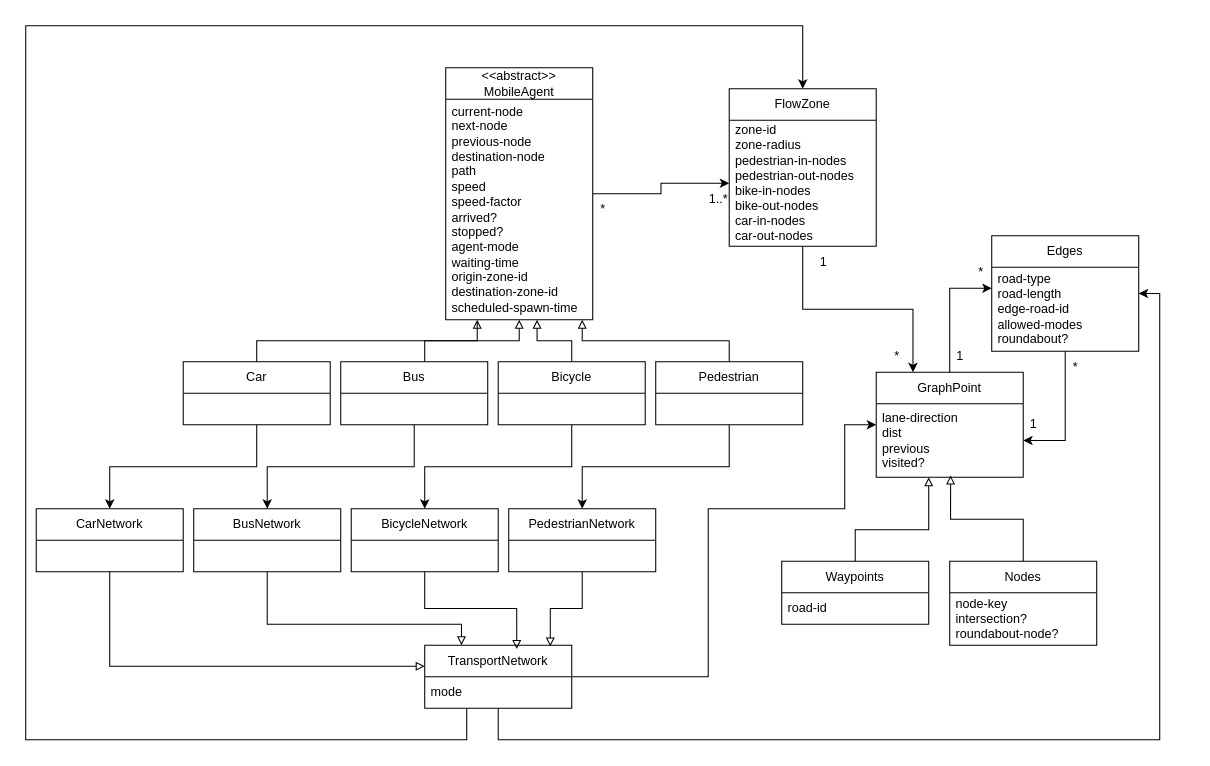
BVP2455/CampMob keeps this draw.io diagram as docs/Class Diagram CampMob.drawio. Above is the earlier version. Source tidied: cells renumbered, new cells numbered last; positions are measured from the earlier drawing's top-left corner, leaving out a move shared by most shapes. Both pictures are drawn from the tidied source at 105%, with x=0, y=0 at pixel (25, 25).
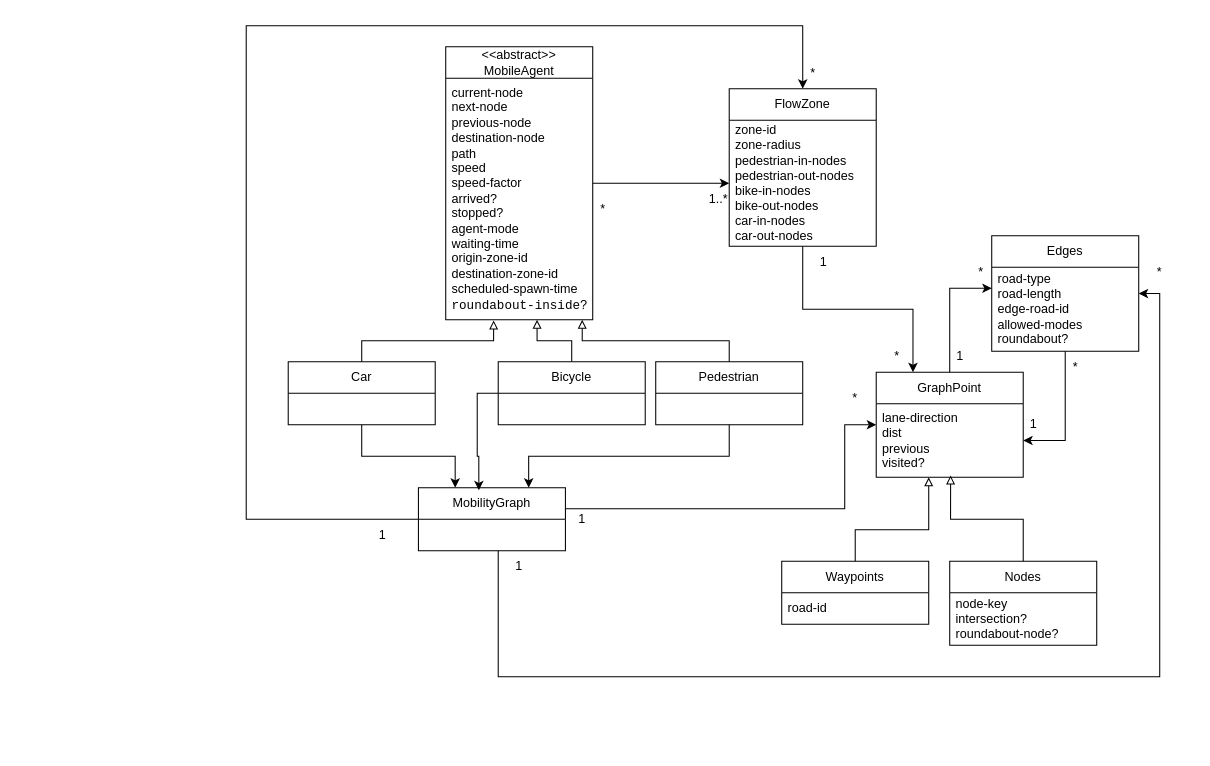
The same page after the edit.

The change refers to these unchanged cells:
```xml
<mxCell id="12" value="Bicycle" style="swimlane;fontStyle=0;horizontal=1;startSize=30;whiteSpace=wrap;html=1;" parent="1" vertex="1">
  <mxGeometry x="450" y="320" width="140" height="60" as="geometry" />
</mxCell>
<mxCell id="14" value="Pedestrian" style="swimlane;fontStyle=0;horizontal=1;startSize=30;whiteSpace=wrap;html=1;" parent="1" vertex="1">
  <mxGeometry x="600" y="320" width="140" height="60" as="geometry" />
</mxCell>
<mxCell id="25" value="GraphPoint" style="swimlane;fontStyle=0;horizontal=1;startSize=30;whiteSpace=wrap;html=1;" parent="1" vertex="1">
  <mxGeometry x="810" y="330" width="140" height="100" as="geometry" />
</mxCell>
<mxCell id="29" value="Edges" style="swimlane;fontStyle=0;horizontal=1;startSize=30;whiteSpace=wrap;html=1;" parent="1" vertex="1">
  <mxGeometry x="920" y="200" width="140" height="110" as="geometry" />
</mxCell>
```

The edit, as a diff of the source:
```diff
@@
     <mxCell id="3" value="&amp;lt;&amp;lt;abstract&amp;gt;&amp;gt; MobileAgent" style="swimlane;fontStyle=0;horizontal=1;startSize=30;whiteSpace=wrap;html=1;" parent="1" vertex="1">
-      <mxGeometry x="400" y="40" width="140" height="240" as="geometry" />
+      <mxGeometry x="400" y="20" width="140" height="260" as="geometry" />
     </mxCell>
-    <mxCell id="4" value="current-node&lt;div&gt;next-node&lt;/div&gt;&lt;div&gt;previous-node&lt;/div&gt;&lt;div&gt;destination-node&lt;/div&gt;&lt;div&gt;path&lt;/div&gt;&lt;div&gt;speed&lt;/div&gt;&lt;div&gt;speed-factor&lt;/div&gt;&lt;div&gt;arrived?&lt;/div&gt;&lt;div&gt;stopped?&lt;/div&gt;&lt;div&gt;agent-mode&lt;/div&gt;&lt;div&gt;waiting-time&lt;/div&gt;&lt;div&gt;origin-zone-id&lt;/div&gt;&lt;div&gt;destination-zone-id&lt;/div&gt;&lt;div&gt;scheduled-spawn-time&lt;/div&gt;" style="text;strokeColor=none;fillColor=none;align=left;verticalAlign=middle;spacingLeft=4;spacingRight=4;overflow=hidden;points=[[0,0.5],[1,0.5]];portConstraint=eastwest;whiteSpace=wrap;html=1;" parent="3" vertex="1">
-      <mxGeometry y="30" width="140" height="210" as="geometry" />
+    <mxCell id="4" value="current-node&lt;div&gt;next-node&lt;/div&gt;&lt;div&gt;previous-node&lt;/div&gt;&lt;div&gt;destination-node&lt;/div&gt;&lt;div&gt;path&lt;/div&gt;&lt;div&gt;speed&lt;/div&gt;&lt;div&gt;speed-factor&lt;/div&gt;&lt;div&gt;arrived?&lt;/div&gt;&lt;div&gt;stopped?&lt;/div&gt;&lt;div&gt;agent-mode&lt;/div&gt;&lt;div&gt;waiting-time&lt;/div&gt;&lt;div&gt;origin-zone-id&lt;/div&gt;&lt;div&gt;destination-zone-id&lt;/div&gt;&lt;div&gt;scheduled-spawn-time&lt;br&gt;&lt;code&gt;roundabout-inside?&lt;/code&gt;&lt;/div&gt;" style="text;strokeColor=none;fillColor=none;align=left;verticalAlign=middle;spacingLeft=4;spacingRight=4;overflow=hidden;points=[[0,0.5],[1,0.5]];portConstraint=eastwest;whiteSpace=wrap;html=1;" parent="3" vertex="1">
+      <mxGeometry y="30" width="140" height="230" as="geometry" />
     </mxCell>
-    <mxCell id="5" style="edgeStyle=orthogonalEdgeStyle;rounded=0;jettySize=auto;html=1;entryX=0.5;entryY=0;entryDx=0;entryDy=0;" parent="1" edge="1" source="6" target="46">
-      <mxGeometry relative="1" as="geometry" />
-    </mxCell>
+    <mxCell id="53" style="edgeStyle=orthogonalEdgeStyle;rounded=0;jettySize=auto;html=1;exitX=0.5;exitY=1;exitDx=0;exitDy=0;entryX=0.25;entryY=0;entryDx=0;entryDy=0;" parent="1" edge="1" source="6" target="43">
+      <mxGeometry relative="1" as="geometry" />
+    </mxCell>
     <mxCell id="6" value="Car" style="swimlane;fontStyle=0;horizontal=1;startSize=30;whiteSpace=wrap;html=1;" parent="1" vertex="1">
-      <mxGeometry x="150" y="320" width="140" height="60" as="geometry" />
+      <mxGeometry x="250" y="320" width="140" height="60" as="geometry" />
     </mxCell>
-    <mxCell id="7" style="edgeStyle=orthogonalEdgeStyle;rounded=0;jettySize=auto;html=1;entryX=0.5;entryY=1;entryDx=0;entryDy=0;entryPerimeter=0;endArrow=block;endFill=0;" parent="1" edge="1" source="9" target="4">
-      <mxGeometry relative="1" as="geometry">
-        <Array as="points">
-          <mxPoint x="380" y="300" />
-          <mxPoint x="470" y="300" />
-        </Array>
-      </mxGeometry>
-    </mxCell>
-    <mxCell id="8" style="edgeStyle=orthogonalEdgeStyle;rounded=0;jettySize=auto;html=1;entryX=0.5;entryY=0;entryDx=0;entryDy=0;" parent="1" edge="1" source="9" target="48">
-      <mxGeometry relative="1" as="geometry" />
-    </mxCell>
-    <mxCell id="9" value="Bus" style="swimlane;fontStyle=0;horizontal=1;startSize=30;whiteSpace=wrap;html=1;" parent="1" vertex="1">
-      <mxGeometry x="300" y="320" width="140" height="60" as="geometry" />
-    </mxCell>
@@
-    <mxCell id="11" style="edgeStyle=orthogonalEdgeStyle;rounded=0;jettySize=auto;html=1;entryX=0.5;entryY=0;entryDx=0;entryDy=0;" parent="1" edge="1" source="12" target="49">
-      <mxGeometry relative="1" as="geometry" />
-    </mxCell>
@@
-    <mxCell id="13" style="edgeStyle=orthogonalEdgeStyle;rounded=0;jettySize=auto;html=1;entryX=0.5;entryY=0;entryDx=0;entryDy=0;" parent="1" edge="1" source="14" target="50">
-      <mxGeometry relative="1" as="geometry" />
-    </mxCell>
+    <mxCell id="54" style="edgeStyle=orthogonalEdgeStyle;rounded=0;jettySize=auto;html=1;exitX=0.5;exitY=1;exitDx=0;exitDy=0;entryX=0.75;entryY=0;entryDx=0;entryDy=0;" parent="1" edge="1" source="14" target="43">
+      <mxGeometry relative="1" as="geometry" />
+    </mxCell>
@@
-    <mxCell id="15" style="edgeStyle=orthogonalEdgeStyle;rounded=0;jettySize=auto;html=1;endArrow=block;endFill=0;" parent="1" edge="1" source="6">
-      <mxGeometry relative="1" as="geometry">
-        <mxPoint x="430" y="280" as="targetPoint" />
-        <Array as="points">
-          <mxPoint x="220" y="300" />
-          <mxPoint x="430" y="300" />
-          <mxPoint x="430" y="282" />
-        </Array>
-      </mxGeometry>
-    </mxCell>
@@
     <mxCell id="40" style="edgeStyle=orthogonalEdgeStyle;rounded=0;jettySize=auto;html=1;" parent="1" edge="1" source="43" target="29">
       <mxGeometry relative="1" as="geometry">
         <Array as="points">
-          <mxPoint x="450" y="680" />
-          <mxPoint x="1080" y="680" />
-          <mxPoint x="1080" y="255" />
+          <mxPoint x="450" y="620" />
+          <mxPoint x="1080" y="620" />
+          <mxPoint x="1080" y="255.1" />
         </Array>
       </mxGeometry>
     </mxCell>
     <mxCell id="41" style="edgeStyle=orthogonalEdgeStyle;rounded=0;jettySize=auto;html=1;" parent="1" edge="1" source="43" target="25">
       <mxGeometry relative="1" as="geometry">
         <Array as="points">
-          <mxPoint x="650" y="620" />
-          <mxPoint x="650" y="460" />
           <mxPoint x="780" y="460" />
           <mxPoint x="780" y="380" />
         </Array>
       </mxGeometry>
     </mxCell>
     <mxCell id="42" style="edgeStyle=orthogonalEdgeStyle;rounded=0;jettySize=auto;html=1;" parent="1" edge="1" source="43">
       <mxGeometry relative="1" as="geometry">
         <mxPoint x="740" y="60" as="targetPoint" />
         <Array as="points">
-          <mxPoint x="420" y="680" />
-          <mxPoint y="680" />
-          <mxPoint />
+          <mxPoint x="210" y="470" />
+          <mxPoint x="210" />
           <mxPoint x="740" />
         </Array>
       </mxGeometry>
     </mxCell>
-    <mxCell id="43" value="TransportNetwork" style="swimlane;fontStyle=0;horizontal=1;startSize=30;whiteSpace=wrap;html=1;" parent="1" vertex="1">
-      <mxGeometry x="380" y="590" width="140" height="60" as="geometry" />
+    <mxCell id="43" value="MobilityGraph" style="swimlane;fontStyle=0;horizontal=1;startSize=30;whiteSpace=wrap;html=1;" parent="1" vertex="1">
+      <mxGeometry x="374" y="440" width="140" height="60" as="geometry" />
     </mxCell>
-    <mxCell id="44" value="mode" style="text;strokeColor=none;fillColor=none;align=left;verticalAlign=middle;spacingLeft=4;spacingRight=4;overflow=hidden;whiteSpace=wrap;html=1;" parent="43" vertex="1">
-      <mxGeometry y="30" width="140" height="30" as="geometry" />
-    </mxCell>
-    <mxCell id="45" style="edgeStyle=orthogonalEdgeStyle;rounded=0;jettySize=auto;html=1;endArrow=block;endFill=0;" parent="1" edge="1" source="46">
-      <mxGeometry relative="1" as="geometry">
-        <mxPoint x="380" y="610" as="targetPoint" />
-        <Array as="points">
-          <mxPoint x="80" y="610" />
-          <mxPoint x="380" y="610" />
-        </Array>
-      </mxGeometry>
-    </mxCell>
-    <mxCell id="46" value="CarNetwork" style="swimlane;fontStyle=0;horizontal=1;startSize=30;whiteSpace=wrap;html=1;" parent="1" vertex="1">
-      <mxGeometry x="10" y="460" width="140" height="60" as="geometry" />
-    </mxCell>
-    <mxCell id="47" style="edgeStyle=orthogonalEdgeStyle;rounded=0;jettySize=auto;html=1;entryX=0.25;entryY=0;entryDx=0;entryDy=0;endArrow=block;endFill=0;" parent="1" edge="1" source="48" target="43">
-      <mxGeometry relative="1" as="geometry">
-        <Array as="points">
-          <mxPoint x="230" y="570" />
-          <mxPoint x="415" y="570" />
-        </Array>
-      </mxGeometry>
-    </mxCell>
-    <mxCell id="48" value="BusNetwork" style="swimlane;fontStyle=0;horizontal=1;startSize=30;whiteSpace=wrap;html=1;" parent="1" vertex="1">
-      <mxGeometry x="160" y="460" width="140" height="60" as="geometry" />
-    </mxCell>
-    <mxCell id="49" value="BicycleNetwork" style="swimlane;fontStyle=0;horizontal=1;startSize=30;whiteSpace=wrap;html=1;" parent="1" vertex="1">
-      <mxGeometry x="310" y="460" width="140" height="60" as="geometry" />
-    </mxCell>
-    <mxCell id="50" value="PedestrianNetwork" style="swimlane;fontStyle=0;horizontal=1;startSize=30;whiteSpace=wrap;html=1;" parent="1" vertex="1">
-      <mxGeometry x="460" y="460" width="140" height="60" as="geometry" />
-    </mxCell>
-    <mxCell id="51" style="edgeStyle=orthogonalEdgeStyle;rounded=0;jettySize=auto;html=1;entryX=0.854;entryY=0.02;entryDx=0;entryDy=0;entryPerimeter=0;endArrow=block;endFill=0;" parent="1" edge="1" source="50" target="43">
-      <mxGeometry relative="1" as="geometry" />
-    </mxCell>
-    <mxCell id="52" style="edgeStyle=orthogonalEdgeStyle;rounded=0;jettySize=auto;html=1;entryX=0.626;entryY=0.06;entryDx=0;entryDy=0;entryPerimeter=0;endArrow=block;endFill=0;" parent="1" edge="1" source="49" target="43">
-      <mxGeometry relative="1" as="geometry" />
-    </mxCell>
+    <mxCell id="55" style="edgeStyle=orthogonalEdgeStyle;rounded=0;jettySize=auto;html=1;exitX=0.5;exitY=0;exitDx=0;exitDy=0;entryX=0.326;entryY=1.003;entryDx=0;entryDy=0;entryPerimeter=0;endArrow=block;endFill=0;" parent="1" edge="1" source="6" target="4">
+      <mxGeometry relative="1" as="geometry" />
+    </mxCell>
+    <mxCell id="56" value="1" style="text;html=1;whiteSpace=wrap;strokeColor=none;fillColor=none;align=center;verticalAlign=middle;rounded=0;" parent="1" vertex="1">
+      <mxGeometry x="440" y="500" width="60" height="30" as="geometry" />
+    </mxCell>
+    <mxCell id="57" value="*" style="text;html=1;whiteSpace=wrap;strokeColor=none;fillColor=none;align=center;verticalAlign=middle;rounded=0;" parent="1" vertex="1">
+      <mxGeometry x="1050" y="220" width="60" height="30" as="geometry" />
+    </mxCell>
+    <mxCell id="58" value="1" style="text;html=1;whiteSpace=wrap;strokeColor=none;fillColor=none;align=center;verticalAlign=middle;rounded=0;" parent="1" vertex="1">
+      <mxGeometry x="500" y="455" width="60" height="30" as="geometry" />
+    </mxCell>
+    <mxCell id="59" value="*" style="text;html=1;whiteSpace=wrap;strokeColor=none;fillColor=none;align=center;verticalAlign=middle;rounded=0;" parent="1" vertex="1">
+      <mxGeometry x="760" y="340" width="60" height="30" as="geometry" />
+    </mxCell>
+    <mxCell id="60" value="1" style="text;html=1;whiteSpace=wrap;strokeColor=none;fillColor=none;align=center;verticalAlign=middle;rounded=0;" parent="1" vertex="1">
+      <mxGeometry x="310" y="470" width="60" height="30" as="geometry" />
+    </mxCell>
+    <mxCell id="61" value="*" style="text;html=1;whiteSpace=wrap;strokeColor=none;fillColor=none;align=center;verticalAlign=middle;rounded=0;" parent="1" vertex="1">
+      <mxGeometry x="720" y="30" width="60" height="30" as="geometry" />
+    </mxCell>
+    <mxCell id="62" style="edgeStyle=orthogonalEdgeStyle;rounded=0;jettySize=auto;html=1;exitX=0;exitY=0.5;exitDx=0;exitDy=0;entryX=0.411;entryY=0.041;entryDx=0;entryDy=0;entryPerimeter=0;" parent="1" edge="1" source="12" target="43">
+      <mxGeometry relative="1" as="geometry" />
+    </mxCell>
```
